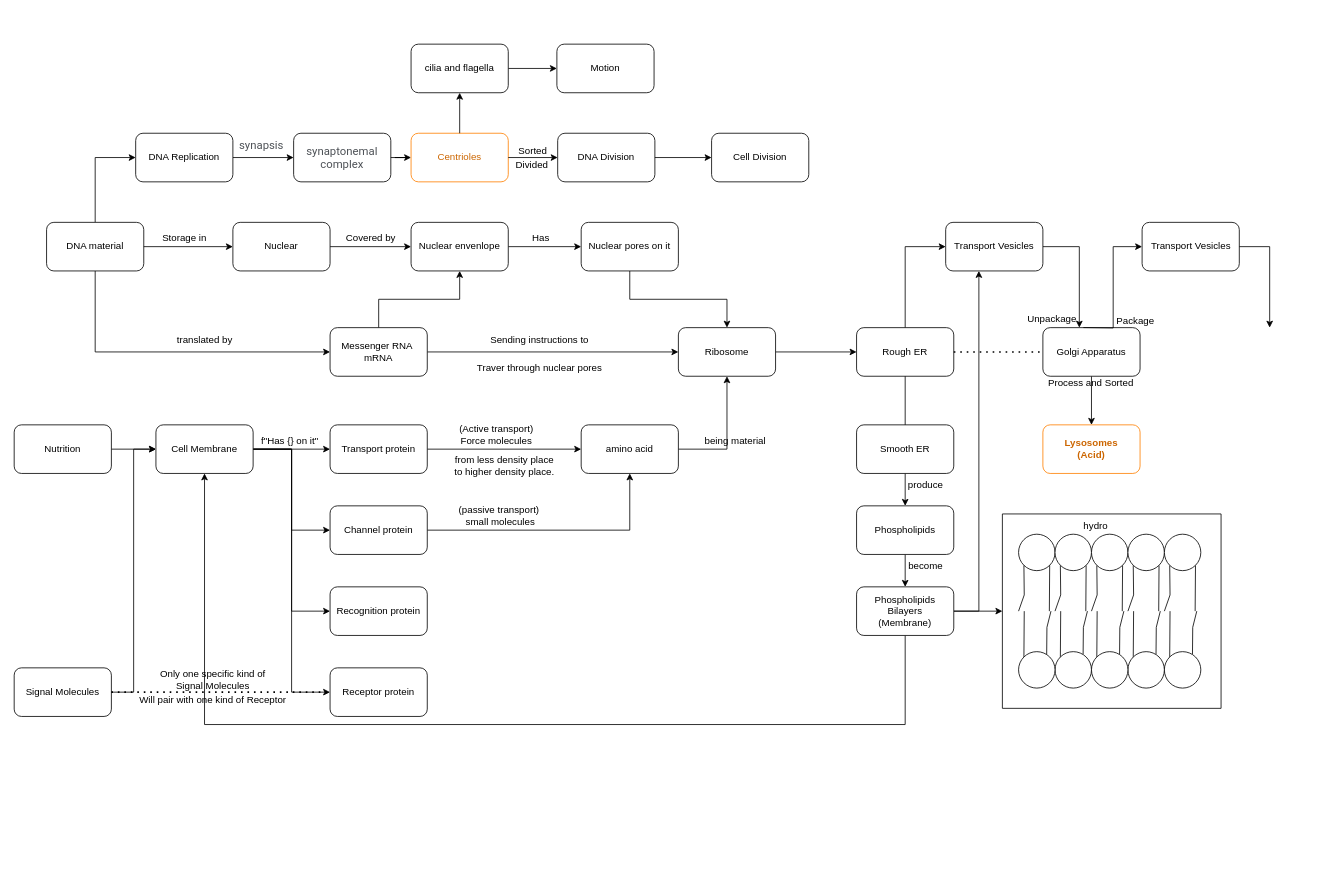
Above: biology.drawio in lemuela1/LearnPython (draw.io), before the change. Source tidied: cells renumbered, new cells numbered last; positions are measured from the earlier drawing's top-left corner, leaving out a move shared by most shapes. Both pictures are drawn from the tidied source at 81%, with x=0, y=0 at pixel (14, 44).
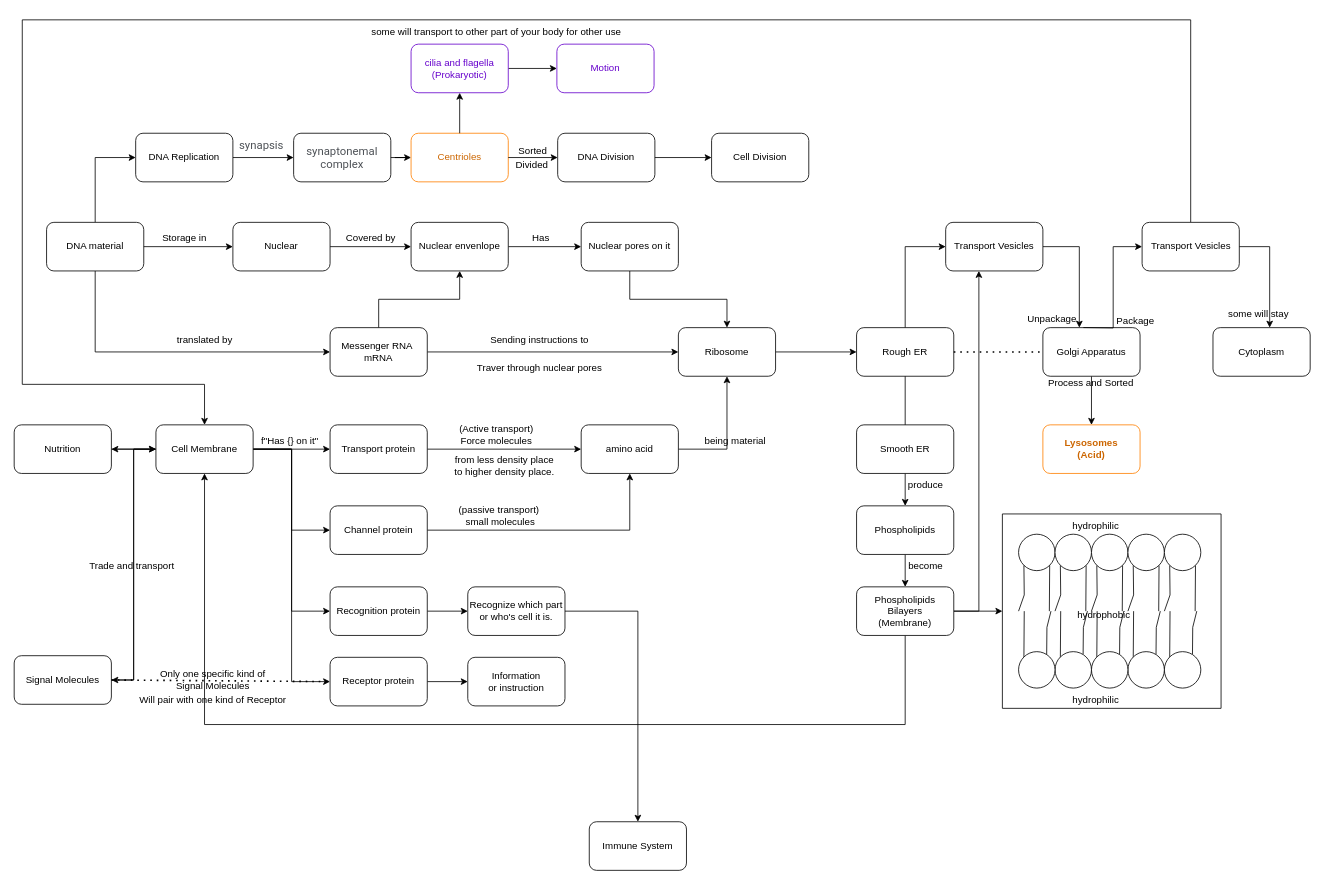
The same diagram, later.

The change refers to these unchanged cells:
```xml
<mxCell id="30" value="Cell Membrane" style="rounded=1;whiteSpace=wrap;html=1;" parent="1" vertex="1">
  <mxGeometry x="175" y="470" width="120" height="60" as="geometry" />
</mxCell>
<mxCell id="36" value="Recognition protein" style="rounded=1;whiteSpace=wrap;html=1;" parent="1" vertex="1">
  <mxGeometry x="390" y="670" width="120" height="60" as="geometry" />
</mxCell>
<mxCell id="99" value="Nutrition" style="rounded=1;whiteSpace=wrap;html=1;" parent="1" vertex="1">
  <mxGeometry y="470" width="120" height="60" as="geometry" />
</mxCell>
<mxCell id="112" value="Transport Vesicles" style="rounded=1;whiteSpace=wrap;html=1;" parent="1" vertex="1">
  <mxGeometry x="1392.5" y="220" width="120" height="60" as="geometry" />
</mxCell>
```

Diff of the diagram source:
```diff
@@
+    <mxCell id="136" style="edgeStyle=orthogonalEdgeStyle;rounded=0;jettySize=auto;html=1;entryX=1;entryY=0.5;entryDx=0;entryDy=0;fontColor=#000000;" parent="1" edge="1" source="30" target="99">
+      <mxGeometry relative="1" as="geometry" />
+    </mxCell>
+    <mxCell id="137" style="edgeStyle=orthogonalEdgeStyle;rounded=0;jettySize=auto;html=1;entryX=1;entryY=0.5;entryDx=0;entryDy=0;fontColor=#000000;" parent="1" edge="1" source="30" target="101">
+      <mxGeometry relative="1" as="geometry" />
+    </mxCell>
@@
+    <mxCell id="138" style="edgeStyle=orthogonalEdgeStyle;rounded=0;jettySize=auto;html=1;fontColor=#000000;entryX=0;entryY=0.5;entryDx=0;entryDy=0;" parent="1" edge="1" source="36" target="147">
+      <mxGeometry relative="1" as="geometry" />
+    </mxCell>
@@
     <mxCell id="69" style="group;" parent="1" vertex="1">
-      <mxGeometry x="1330" y="700" width="45" height="95" as="geometry" />
+      <mxGeometry x="1330" y="700" width="60" height="95" as="geometry" />
     </mxCell>
@@
+    <mxCell id="139" value="hydrophobic" style="text;html=1;align=center;verticalAlign=middle;strokeColor=none;fillColor=none;fontColor=#000000;" parent="69" vertex="1">
+      <mxGeometry x="-30" y="-10" width="90" height="30" as="geometry" />
+    </mxCell>
@@
-    <mxCell id="97" value="hydro" style="text;html=1;align=center;verticalAlign=middle;strokeColor=none;fillColor=none;" parent="1" vertex="1">
-      <mxGeometry x="1310" y="580" width="50" height="30" as="geometry" />
+    <mxCell id="97" value="hydrophilic" style="text;html=1;align=center;verticalAlign=middle;strokeColor=none;fillColor=none;" parent="1" vertex="1">
+      <mxGeometry x="1295" y="580" width="80" height="30" as="geometry" />
     </mxCell>
@@
     <mxCell id="101" value="Signal Molecules" style="rounded=1;whiteSpace=wrap;html=1;" parent="1" vertex="1">
-      <mxGeometry y="770" width="120" height="60" as="geometry" />
+      <mxGeometry y="755" width="120" height="60" as="geometry" />
     </mxCell>
@@
+    <mxCell id="140" style="edgeStyle=orthogonalEdgeStyle;rounded=0;jettySize=auto;html=1;fontColor=#000000;entryX=0;entryY=0.5;entryDx=0;entryDy=0;" parent="1" edge="1" source="103" target="145">
+      <mxGeometry relative="1" as="geometry" />
+    </mxCell>
     <mxCell id="103" value="Receptor protein" style="rounded=1;whiteSpace=wrap;html=1;" parent="1" vertex="1">
-      <mxGeometry x="390" y="770" width="120" height="60" as="geometry" />
+      <mxGeometry x="390" y="757" width="120" height="60" as="geometry" />
     </mxCell>
@@
+    <mxCell id="141" style="edgeStyle=orthogonalEdgeStyle;rounded=0;jettySize=auto;html=1;entryX=0.5;entryY=0;entryDx=0;entryDy=0;fontColor=#000000;" parent="1" edge="1" source="112" target="30">
+      <mxGeometry relative="1" as="geometry">
+        <Array as="points">
+          <mxPoint x="1452" y="-30" />
+          <mxPoint x="10" y="-30" />
+          <mxPoint x="10" y="420" />
+          <mxPoint x="235" y="420" />
+        </Array>
+      </mxGeometry>
+    </mxCell>
@@
-    <mxCell id="134" value="cilia and flagella" style="rounded=1;whiteSpace=wrap;html=1;strokeColor=#000000;fontColor=#000000;" parent="1" vertex="1">
+    <mxCell id="134" value="&lt;font color=&quot;#6600cc&quot;&gt;cilia and flagella&lt;br&gt;(Prokaryotic)&lt;br&gt;&lt;/font&gt;" style="rounded=1;whiteSpace=wrap;html=1;strokeColor=#6600CC;fontColor=#000000;" parent="1" vertex="1">
       <mxGeometry x="490" width="120" height="60" as="geometry" />
     </mxCell>
-    <mxCell id="135" value="Motion" style="rounded=1;whiteSpace=wrap;html=1;strokeColor=#000000;fontColor=#000000;" parent="1" vertex="1">
+    <mxCell id="135" value="Motion" style="rounded=1;whiteSpace=wrap;html=1;strokeColor=#6600CC;fontColor=#6600CC;" parent="1" vertex="1">
       <mxGeometry x="670" width="120" height="60" as="geometry" />
     </mxCell>
+    <mxCell id="142" value="Cytoplasm" style="rounded=1;whiteSpace=wrap;html=1;strokeColor=#000000;fontColor=#000000;" parent="1" vertex="1">
+      <mxGeometry x="1480" y="350" width="120" height="60" as="geometry" />
+    </mxCell>
+    <mxCell id="143" value="some will stay" style="text;html=1;align=center;verticalAlign=middle;strokeColor=none;fillColor=none;fontColor=#000000;" parent="1" vertex="1">
+      <mxGeometry x="1486" y="318" width="100" height="30" as="geometry" />
+    </mxCell>
+    <mxCell id="144" value="some will transport to other part of your body for other use" style="text;html=1;align=center;verticalAlign=middle;strokeColor=none;fillColor=none;fontColor=#000000;" parent="1" vertex="1">
+      <mxGeometry x="430" y="-30" width="330" height="30" as="geometry" />
+    </mxCell>
+    <mxCell id="145" value="Information&lt;br&gt;or instruction" style="rounded=1;whiteSpace=wrap;html=1;strokeColor=#000000;fontColor=#000000;" parent="1" vertex="1">
+      <mxGeometry x="560" y="757" width="120" height="60" as="geometry" />
+    </mxCell>
+    <mxCell id="146" style="edgeStyle=orthogonalEdgeStyle;rounded=0;jettySize=auto;html=1;entryX=0.5;entryY=0;entryDx=0;entryDy=0;fontColor=#000000;" parent="1" edge="1" source="147" target="148">
+      <mxGeometry relative="1" as="geometry" />
+    </mxCell>
+    <mxCell id="147" value="Recognize which part or who's cell it is." style="rounded=1;whiteSpace=wrap;html=1;strokeColor=#000000;fontColor=#000000;" parent="1" vertex="1">
+      <mxGeometry x="560" y="670" width="120" height="60" as="geometry" />
+    </mxCell>
+    <mxCell id="148" value="Immune System" style="rounded=1;whiteSpace=wrap;html=1;strokeColor=#000000;fontColor=#000000;" parent="1" vertex="1">
+      <mxGeometry x="710" y="960" width="120" height="60" as="geometry" />
+    </mxCell>
+    <mxCell id="149" value="hydrophilic" style="text;html=1;align=center;verticalAlign=middle;strokeColor=none;fillColor=none;" parent="1" vertex="1">
+      <mxGeometry x="1295" y="795" width="80" height="30" as="geometry" />
+    </mxCell>
+    <mxCell id="150" value="&lt;font color=&quot;#000000&quot;&gt;Trade and transport&lt;/font&gt;" style="text;html=1;align=center;verticalAlign=middle;strokeColor=none;fillColor=none;fontColor=#6600CC;" parent="1" vertex="1">
+      <mxGeometry x="80" y="630" width="130" height="30" as="geometry" />
+    </mxCell>
```
